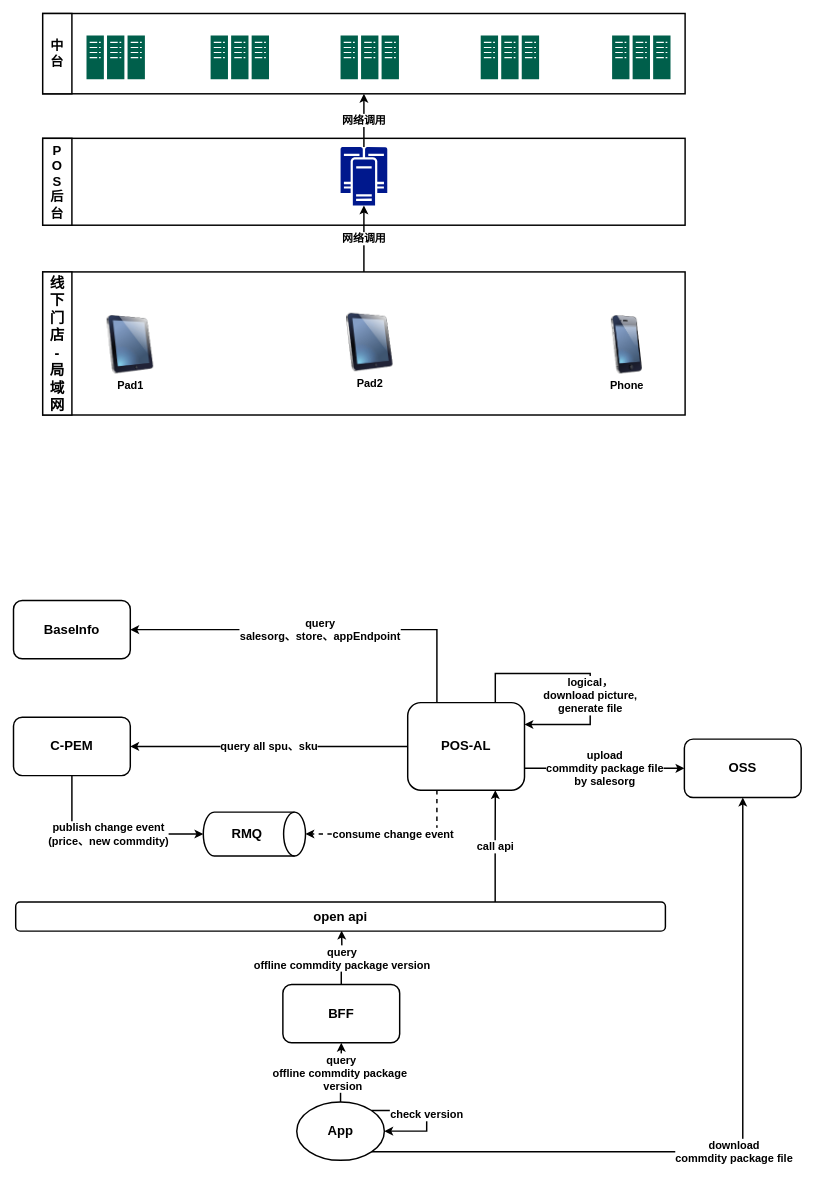
Before: page "Offline-cashier" (16 of 22) of authz/Omini-Store.drawio in jackie-thank/beego-authz, a draw.io diagram. Source tidied: cells renumbered, new cells numbered last; positions are measured from the earlier drawing's top-left corner, leaving out a move shared by most shapes. Both pictures are drawn from the tidied source at 73%, with x=0, y=0 at pixel (13, 13).
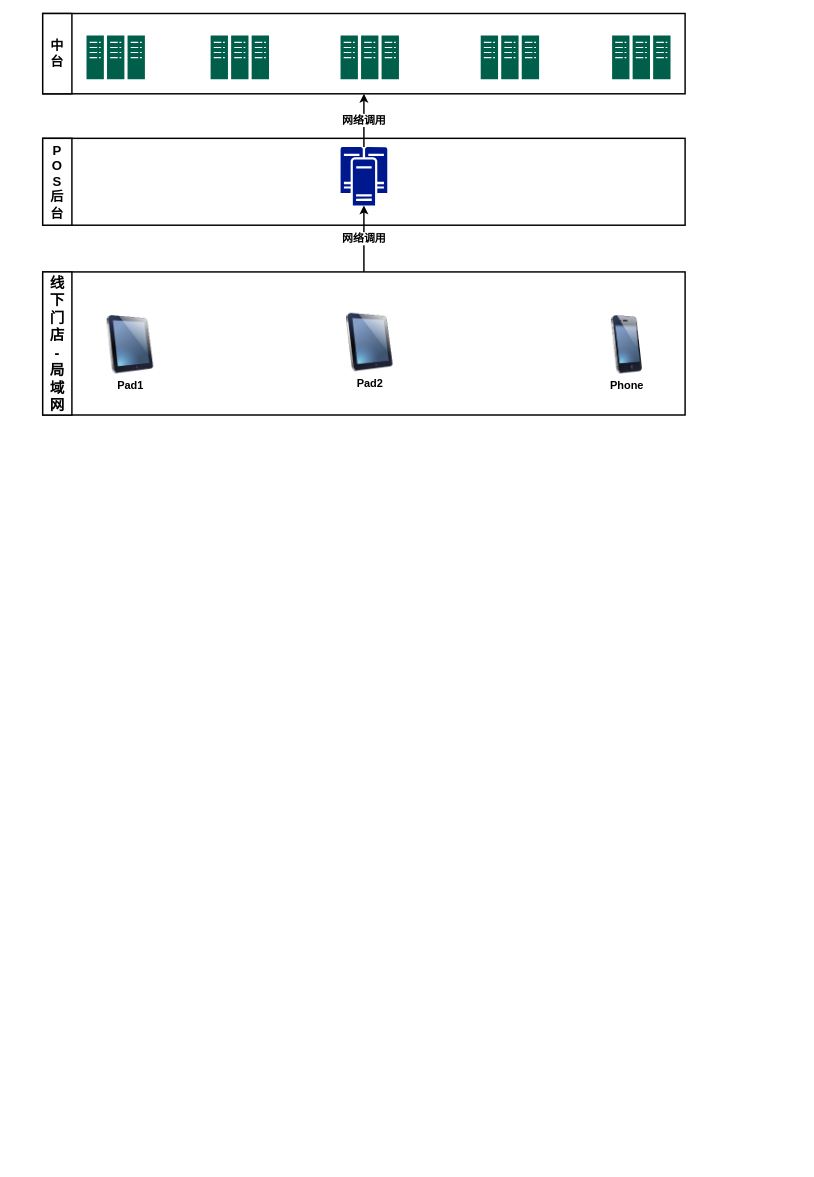
The same page after the edit.

What changed in the source:
```diff
@@
-    <mxCell id="19" value="query all spu、sku" style="edgeStyle=orthogonalEdgeStyle;rounded=0;jettySize=auto;html=1;exitX=0;exitY=0.5;exitDx=0;exitDy=0;strokeWidth=2;fontSize=15;fontStyle=1;" parent="1" edge="1" source="22" target="23">
-      <mxGeometry relative="1" as="geometry" />
-    </mxCell>
-    <mxCell id="20" value="query&lt;br&gt;salesorg、store、appEndpoint" style="edgeStyle=orthogonalEdgeStyle;rounded=0;jettySize=auto;html=1;exitX=0.25;exitY=0;exitDx=0;exitDy=0;entryX=1;entryY=0.5;entryDx=0;entryDy=0;fontSize=15;fontStyle=1;strokeWidth=2;" parent="1" edge="1" source="22" target="28">
-      <mxGeometry relative="1" as="geometry" />
-    </mxCell>
-    <mxCell id="21" value="upload &lt;br&gt;commdity package file &lt;br&gt;by salesorg" style="edgeStyle=orthogonalEdgeStyle;rounded=0;jettySize=auto;html=1;exitX=1;exitY=0.75;exitDx=0;exitDy=0;entryX=0;entryY=0.5;entryDx=0;entryDy=0;strokeWidth=2;fontSize=15;fontStyle=1;" parent="1" edge="1" source="22" target="30">
-      <mxGeometry relative="1" as="geometry" />
-    </mxCell>
-    <mxCell id="22" value="POS-AL" style="rounded=1;whiteSpace=wrap;html=1;fontSize=18;fontStyle=1;strokeWidth=2;" parent="1" vertex="1">
-      <mxGeometry x="540" y="944" width="160" height="120" as="geometry" />
-    </mxCell>
-    <mxCell id="23" value="C-PEM" style="rounded=1;whiteSpace=wrap;html=1;fontSize=18;fontStyle=1;strokeWidth=2;" parent="1" vertex="1">
-      <mxGeometry y="964" width="160" height="80" as="geometry" />
-    </mxCell>
-    <mxCell id="24" style="shape=cylinder3;whiteSpace=wrap;html=1;boundedLbl=1;backgroundOutline=1;size=15;rotation=90;strokeWidth=2;" parent="1" vertex="1">
-      <mxGeometry x="300" y="1054" width="60" height="140" as="geometry" />
-    </mxCell>
-    <mxCell id="25" value="RMQ" style="text;html=1;strokeColor=none;fillColor=none;align=center;verticalAlign=middle;whiteSpace=wrap;rounded=0;fontSize=18;fontStyle=1;" parent="1" vertex="1">
-      <mxGeometry x="290" y="1109" width="60" height="30" as="geometry" />
-    </mxCell>
-    <mxCell id="26" value="publish change event&lt;br style=&quot;font-size: 15px;&quot;&gt;(price、new commdity)" style="edgeStyle=orthogonalEdgeStyle;rounded=0;jettySize=auto;html=1;exitX=0.5;exitY=1;exitDx=0;exitDy=0;entryX=0.5;entryY=1;entryDx=0;entryDy=0;entryPerimeter=0;fontSize=15;fontStyle=1;strokeWidth=2;" parent="1" edge="1" source="23" target="24">
-      <mxGeometry relative="1" as="geometry" />
-    </mxCell>
-    <mxCell id="27" value="consume change event" style="edgeStyle=orthogonalEdgeStyle;rounded=0;jettySize=auto;html=1;exitX=0.25;exitY=1;exitDx=0;exitDy=0;entryX=0.5;entryY=0;entryDx=0;entryDy=0;entryPerimeter=0;strokeWidth=2;dashed=1;fontStyle=1;fontSize=15;" parent="1" edge="1" source="22" target="24">
-      <mxGeometry relative="1" as="geometry" />
-    </mxCell>
-    <mxCell id="28" value="BaseInfo" style="rounded=1;whiteSpace=wrap;html=1;fontSize=18;fontStyle=1;strokeWidth=2;" parent="1" vertex="1">
-      <mxGeometry y="804" width="160" height="80" as="geometry" />
-    </mxCell>
-    <mxCell id="29" value="logical，&lt;br&gt;download picture,&lt;br style=&quot;font-size: 15px;&quot;&gt;generate file" style="edgeStyle=orthogonalEdgeStyle;rounded=0;orthogonalLoop=1;jettySize=auto;html=1;exitX=0.75;exitY=0;exitDx=0;exitDy=0;entryX=1;entryY=0.25;entryDx=0;entryDy=0;strokeWidth=2;fontSize=15;fontStyle=1;" parent="1" edge="1" source="22" target="22">
-      <mxGeometry x="0.21" relative="1" as="geometry">
-        <Array as="points">
-          <mxPoint x="660" y="904" />
-          <mxPoint x="790" y="904" />
-          <mxPoint x="790" y="974" />
-        </Array>
-      </mxGeometry>
-    </mxCell>
-    <mxCell id="30" value="OSS" style="rounded=1;whiteSpace=wrap;html=1;fontSize=18;fontStyle=1;strokeWidth=2;" parent="1" vertex="1">
-      <mxGeometry x="919" y="994" width="160" height="80" as="geometry" />
-    </mxCell>
-    <mxCell id="31" value="BFF" style="rounded=1;whiteSpace=wrap;html=1;fontSize=18;fontStyle=1;strokeWidth=2;" parent="1" vertex="1">
-      <mxGeometry x="369" y="1330" width="160" height="80" as="geometry" />
-    </mxCell>
-    <mxCell id="32" value="query&lt;br style=&quot;font-size: 15px;&quot;&gt;offline commdity package version" style="edgeStyle=orthogonalEdgeStyle;rounded=0;jettySize=auto;html=1;exitX=0.5;exitY=0;exitDx=0;exitDy=0;strokeWidth=2;fontSize=15;fontStyle=1;entryX=0.714;entryY=0.982;entryDx=0;entryDy=0;entryPerimeter=0;" parent="1" edge="1" source="31">
-      <mxGeometry relative="1" as="geometry">
-        <mxPoint x="449.5" y="1256.3" as="targetPoint" />
-      </mxGeometry>
-    </mxCell>
-    <mxCell id="33" value="query&lt;br style=&quot;font-size: 15px;&quot;&gt;offline commdity package&amp;nbsp;&lt;br&gt;&amp;nbsp;version" style="edgeStyle=orthogonalEdgeStyle;rounded=0;jettySize=auto;html=1;exitX=0.5;exitY=0;exitDx=0;exitDy=0;entryX=0.5;entryY=1;entryDx=0;entryDy=0;strokeWidth=2;fontSize=15;fontStyle=1;" parent="1" edge="1" source="35" target="31">
-      <mxGeometry relative="1" as="geometry" />
-    </mxCell>
-    <mxCell id="34" value="download&lt;br&gt;commdity package file" style="edgeStyle=orthogonalEdgeStyle;rounded=0;jettySize=auto;html=1;exitX=1;exitY=1;exitDx=0;exitDy=0;fontSize=15;fontStyle=1;strokeWidth=2;entryX=0.5;entryY=1;entryDx=0;entryDy=0;" parent="1" edge="1" source="35" target="30">
-      <mxGeometry relative="1" as="geometry" />
-    </mxCell>
-    <mxCell id="35" value="App" style="ellipse;whiteSpace=wrap;html=1;fontStyle=1;fontSize=18;strokeWidth=2;" parent="1" vertex="1">
-      <mxGeometry x="388" y="1491" width="120" height="80" as="geometry" />
-    </mxCell>
-    <mxCell id="36" value="check version" style="edgeStyle=orthogonalEdgeStyle;rounded=0;orthogonalLoop=1;jettySize=auto;html=1;exitX=1;exitY=0;exitDx=0;exitDy=0;entryX=1;entryY=0.5;entryDx=0;entryDy=0;strokeWidth=2;fontSize=15;fontStyle=1;" parent="1" edge="1" source="35" target="35">
-      <mxGeometry relative="1" as="geometry">
-        <Array as="points">
-          <mxPoint x="566" y="1503" />
-          <mxPoint x="566" y="1531" />
-        </Array>
-      </mxGeometry>
-    </mxCell>
-    <mxCell id="37" value="call api" style="edgeStyle=orthogonalEdgeStyle;rounded=0;jettySize=auto;html=1;exitX=0.738;exitY=0.015;exitDx=0;exitDy=0;entryX=0.75;entryY=1;entryDx=0;entryDy=0;exitPerimeter=0;fontStyle=1;fontSize=15;strokeWidth=2;" parent="1" edge="1" source="38" target="22">
-      <mxGeometry relative="1" as="geometry" />
-    </mxCell>
-    <mxCell id="38" value="open api" style="rounded=1;whiteSpace=wrap;html=1;fontSize=18;fontStyle=1;strokeWidth=2;" parent="1" vertex="1">
-      <mxGeometry x="3" y="1217" width="890" height="40" as="geometry" />
-    </mxCell>
```
